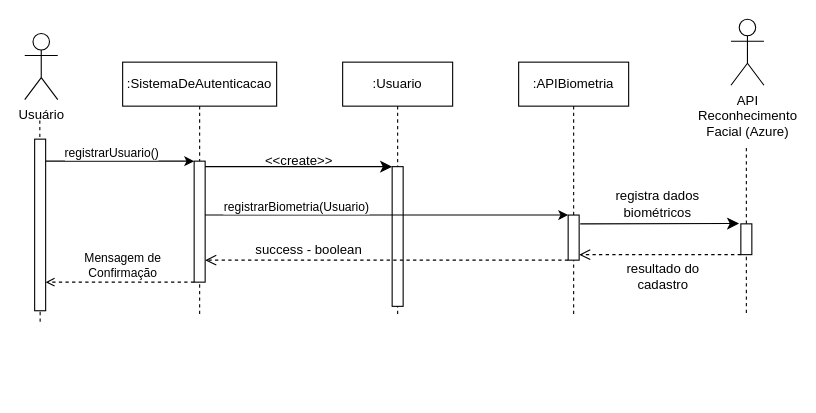
This is diagrama_sequencia/Diagrama_Sequencia_UC02.drawio from gb-cs-rt/home_broker, a draw.io file, before an edit. Source tidied: cells renumbered, new cells numbered last; positions are measured from the earlier drawing's top-left corner, leaving out a move shared by most shapes. Both pictures are drawn from the tidied source at 110%, with x=0, y=0 at pixel (24, 19).
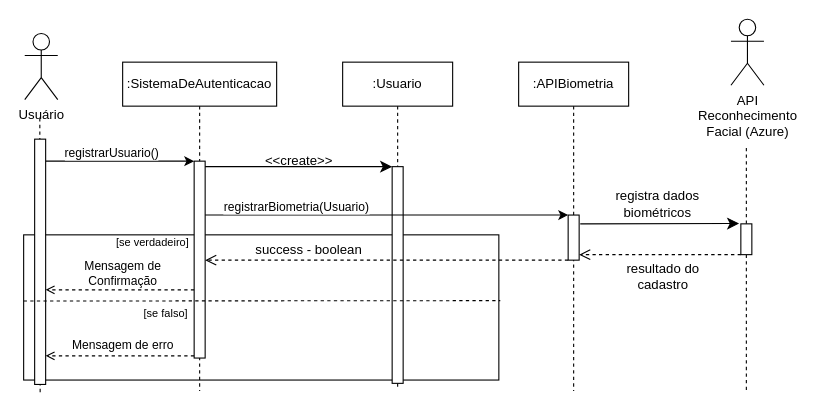
Above is the later version.

The change refers to these unchanged cells:
```xml
<mxCell id="24" style="rounded=0;whiteSpace=wrap;html=1;" parent="1" vertex="1">
  <mxGeometry x="651" y="186" width="10" height="28" as="geometry" />
</mxCell>
```

What changed in the source:
```diff
@@
+    <mxCell id="29" style="rounded=0;whiteSpace=wrap;html=1;fillColor=none;" parent="1" vertex="1">
+      <mxGeometry x="-1" y="196" width="432" height="132" as="geometry" />
+    </mxCell>
     <mxCell id="2" value=":Usuario" style="shape=umlLifeline;perimeter=lifelinePerimeter;whiteSpace=wrap;html=1;newEdgeStyle={&quot;edgeStyle&quot;:&quot;elbowEdgeStyle&quot;,&quot;elbow&quot;:&quot;vertical&quot;,&quot;curved&quot;:0,&quot;rounded&quot;:0};" parent="1" vertex="1">
-      <mxGeometry x="289" y="39" width="100" height="230" as="geometry" />
+      <mxGeometry x="289" y="39" width="100" height="298" as="geometry" />
     </mxCell>
     <mxCell id="3" style="html=1;perimeter=orthogonalPerimeter;targetShapes=umlLifeline;newEdgeStyle={&quot;edgeStyle&quot;:&quot;elbowEdgeStyle&quot;,&quot;elbow&quot;:&quot;vertical&quot;,&quot;curved&quot;:0,&quot;rounded&quot;:0};" parent="2" vertex="1">
-      <mxGeometry x="45" y="95" width="10" height="127" as="geometry" />
+      <mxGeometry x="45" y="95" width="10" height="197" as="geometry" />
     </mxCell>
@@
     <mxCell id="5" style="endArrow=none;dashed=1;html=1;rounded=0;" parent="1" edge="1">
       <mxGeometry relative="1" as="geometry">
-        <mxPoint x="14" y="275" as="sourcePoint" />
+        <mxPoint x="14" y="339" as="sourcePoint" />
         <mxPoint x="13.7" y="89" as="targetPoint" />
       </mxGeometry>
     </mxCell>
@@
     <mxCell id="8" style="html=1;perimeter=orthogonalPerimeter;targetShapes=umlLifeline;newEdgeStyle={&quot;curved&quot;:0,&quot;rounded&quot;:0};" parent="1" vertex="1">
-      <mxGeometry x="9" y="109" width="10" height="156" as="geometry" />
+      <mxGeometry x="9" y="109" width="10" height="223" as="geometry" />
     </mxCell>
     <mxCell id="9" value=":SistemaDeAutenticacao" style="shape=umlLifeline;perimeter=lifelinePerimeter;whiteSpace=wrap;html=1;newEdgeStyle={&quot;curved&quot;:0,&quot;rounded&quot;:0};" parent="1" vertex="1">
-      <mxGeometry x="89" y="39" width="140" height="230" as="geometry" />
+      <mxGeometry x="89" y="39" width="140" height="299" as="geometry" />
     </mxCell>
     <mxCell id="10" style="html=1;points=[[0,0,0,0,5],[0,1,0,0,-5],[1,0,0,0,5],[1,1,0,0,-5]];perimeter=orthogonalPerimeter;outlineConnect=0;targetShapes=umlLifeline;portConstraint=eastwest;newEdgeStyle={&quot;curved&quot;:0,&quot;rounded&quot;:0};" parent="9" vertex="1">
-      <mxGeometry x="65" y="90" width="10" height="110" as="geometry" />
+      <mxGeometry x="65" y="90" width="10" height="179" as="geometry" />
     </mxCell>
     <mxCell id="11" value=":APIBiometria" style="shape=umlLifeline;perimeter=lifelinePerimeter;whiteSpace=wrap;html=1;newEdgeStyle={&quot;curved&quot;:0,&quot;rounded&quot;:0};" parent="1" vertex="1">
-      <mxGeometry x="449" y="39" width="100" height="230" as="geometry" />
+      <mxGeometry x="449" y="39" width="100" height="299" as="geometry" />
     </mxCell>
@@
     <mxCell id="13" style="edgeStyle=orthogonalEdgeStyle;rounded=0;orthogonalLoop=1;jettySize=auto;html=1;curved=0;dashed=1;endArrow=open;endFill=0;" parent="1" edge="1">
       <mxGeometry relative="1" as="geometry">
-        <mxPoint x="154" y="239" as="sourcePoint" />
-        <mxPoint x="19" y="239" as="targetPoint" />
+        <mxPoint x="154" y="246" as="sourcePoint" />
+        <mxPoint x="19" y="246" as="targetPoint" />
         <Array as="points">
-          <mxPoint x="119" y="239" />
-          <mxPoint x="119" y="239" />
+          <mxPoint x="119" y="246" />
+          <mxPoint x="119" y="246" />
         </Array>
       </mxGeometry>
     </mxCell>
@@
     <mxCell id="23" style="endArrow=none;dashed=1;html=1;rounded=0;" parent="1" edge="1" target="24">
       <mxGeometry relative="1" as="geometry">
-        <mxPoint x="656" y="267" as="sourcePoint" />
+        <mxPoint x="656" y="337" as="sourcePoint" />
       </mxGeometry>
     </mxCell>
@@
+    <mxCell id="30" style="endArrow=none;dashed=1;html=1;rounded=0;entryX=1.003;entryY=0.453;entryDx=0;entryDy=0;entryPerimeter=0;exitX=0;exitY=0.456;exitDx=0;exitDy=0;exitPerimeter=0;" parent="1" edge="1" source="29" target="29">
+      <mxGeometry relative="1" as="geometry" />
+    </mxCell>
+    <mxCell id="31" style="edgeStyle=orthogonalEdgeStyle;rounded=0;orthogonalLoop=1;jettySize=auto;html=1;curved=0;dashed=1;endArrow=open;endFill=0;" parent="1" edge="1">
+      <mxGeometry relative="1" as="geometry">
+        <mxPoint x="154" y="306" as="sourcePoint" />
+        <mxPoint x="19" y="306" as="targetPoint" />
+        <Array as="points">
+          <mxPoint x="119" y="306" />
+          <mxPoint x="119" y="306" />
+        </Array>
+      </mxGeometry>
+    </mxCell>
+    <mxCell id="32" value="Mensagem de erro" style="edgeLabel;html=1;align=center;verticalAlign=middle;" parent="31" vertex="1">
+      <mxGeometry x="-0.13" y="1" relative="1" as="geometry">
+        <mxPoint x="-7" y="-12" as="offset" />
+      </mxGeometry>
+    </mxCell>
+    <mxCell id="33" value="[se verdadeiro]" style="text;html=1;align=center;verticalAlign=middle;strokeColor=none;fillColor=none;fontSize=10;" parent="1" vertex="1">
+      <mxGeometry x="74" y="191" width="84" height="24" as="geometry" />
+    </mxCell>
+    <mxCell id="34" value="[se falso]" style="text;html=1;align=center;verticalAlign=middle;strokeColor=none;fillColor=none;fontSize=10;" parent="1" vertex="1">
+      <mxGeometry x="99" y="255" width="58" height="24" as="geometry" />
+    </mxCell>
```
